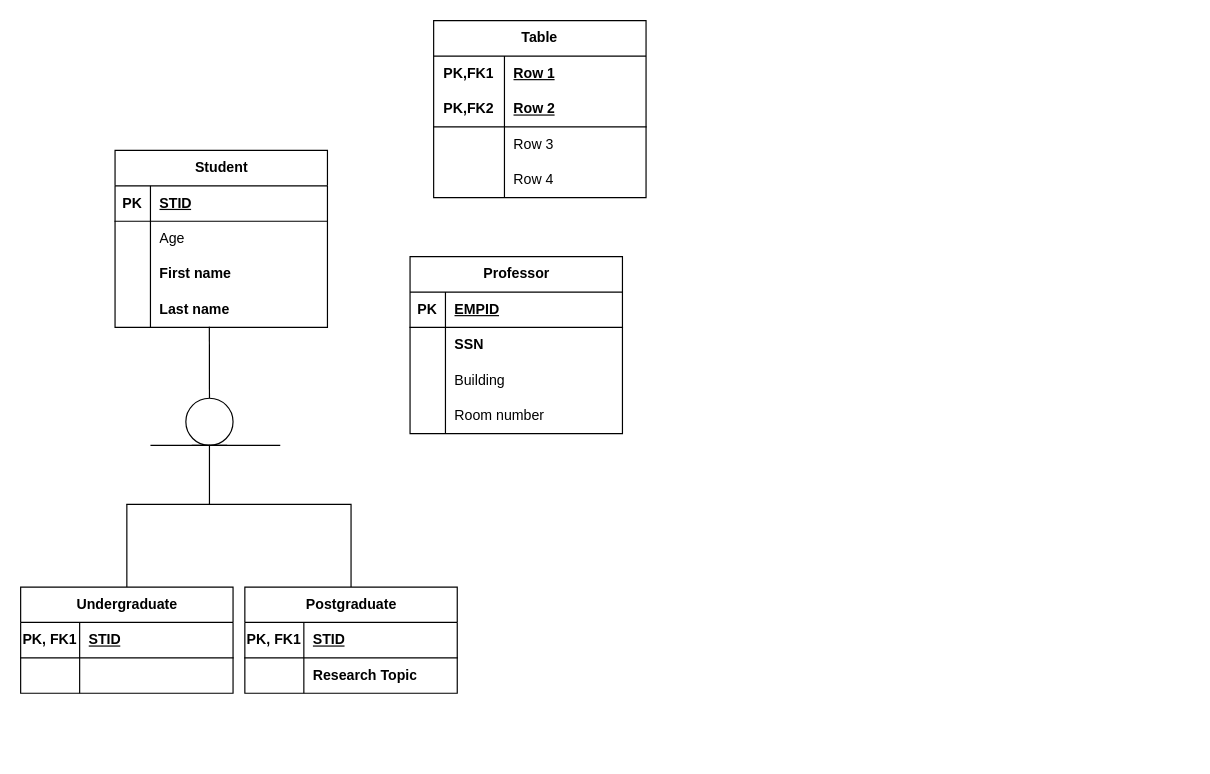
Before: Homework2/DM-HW2_Janis_Waser_Cuihan_Zhang.drawio in us-ja/Data_Management, a draw.io diagram. Source tidied: cells renumbered, new cells numbered last; positions are measured from the earlier drawing's top-left corner, leaving out a move shared by most shapes. Both pictures are drawn from the tidied source at 118%, with x=0, y=0 at pixel (20, 20).
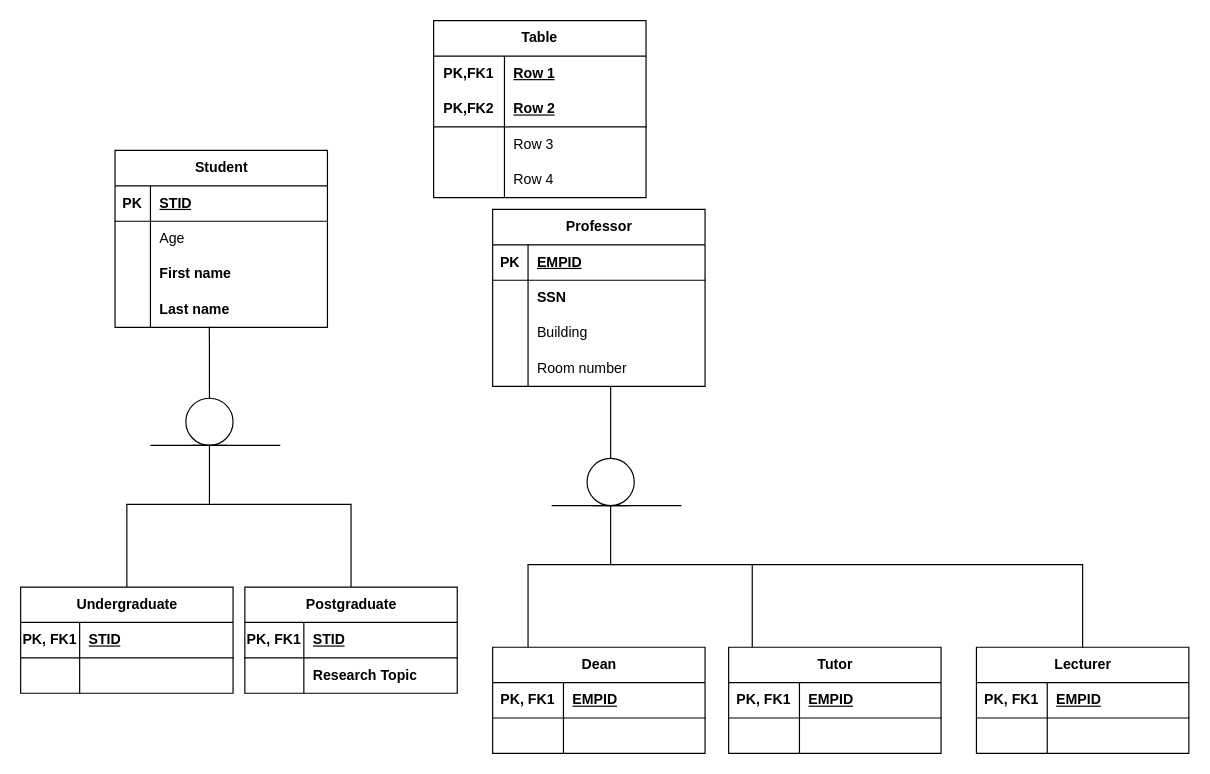
The same diagram, later.

Commit message:
isa prof

Change to the diagram source:
```diff
@@
     <mxCell id="28" value="Professor" style="shape=table;startSize=30;childLayout=tableLayout;rowLines=0;fontStyle=1;align=center;html=1;" parent="1" vertex="1">
-      <mxGeometry x="330" y="200" width="180" height="150" as="geometry" />
+      <mxGeometry x="400" y="160" width="180" height="150" as="geometry" />
     </mxCell>
@@
+    <mxCell id="61" style="endArrow=none;html=1;rounded=0;entryX=0.5;entryY=0;entryDx=0;entryDy=0;" parent="1" edge="1">
+      <mxGeometry relative="1" as="geometry">
+        <mxPoint x="430" y="461" as="sourcePoint" />
+        <mxPoint x="430" y="531" as="targetPoint" />
+      </mxGeometry>
+    </mxCell>
+    <mxCell id="62" style="endArrow=none;html=1;rounded=0;exitX=0.444;exitY=0.982;exitDx=0;exitDy=0;exitPerimeter=0;entryX=0.5;entryY=0;entryDx=0;entryDy=0;" parent="1" edge="1" target="63">
+      <mxGeometry relative="1" as="geometry">
+        <mxPoint x="500" y="310" as="sourcePoint" />
+      </mxGeometry>
+    </mxCell>
+    <mxCell id="63" style="ellipse;shape=umlEntity;whiteSpace=wrap;html=1;" parent="1" vertex="1">
+      <mxGeometry x="480" y="371" width="40" height="40" as="geometry" />
+    </mxCell>
+    <mxCell id="64" style="endArrow=none;html=1;rounded=0;" parent="1" edge="1">
+      <mxGeometry relative="1" as="geometry">
+        <mxPoint x="450" y="411" as="sourcePoint" />
+        <mxPoint x="560" y="411" as="targetPoint" />
+      </mxGeometry>
+    </mxCell>
+    <mxCell id="65" style="shape=partialRectangle;whiteSpace=wrap;html=1;bottom=0;right=0;fillColor=none;direction=west;" parent="1" vertex="1">
+      <mxGeometry x="430" y="411" width="70" height="50" as="geometry" />
+    </mxCell>
+    <mxCell id="66" style="shape=partialRectangle;whiteSpace=wrap;html=1;bottom=0;right=0;fillColor=none;direction=south;" parent="1" vertex="1">
+      <mxGeometry x="500" y="461" width="120" height="70" as="geometry" />
+    </mxCell>
+    <mxCell id="67" value="Dean" style="shape=table;startSize=30;childLayout=tableLayout;rowLines=0;fontStyle=1;align=center;html=1;" parent="1" vertex="1">
+      <mxGeometry x="400" y="531" width="180" height="90" as="geometry" />
+    </mxCell>
+    <mxCell id="68" style="shape=tableRow;horizontal=0;startSize=0;swimlaneHead=0;swimlaneBody=0;fillColor=none;top=0;left=0;right=0;bottom=1;" parent="67" vertex="1">
+      <mxGeometry y="30" width="180" height="30" as="geometry" />
+    </mxCell>
+    <mxCell id="69" value="PK, FK1" style="shape=partialRectangle;fillColor=none;top=0;left=0;bottom=0;right=0;fontStyle=1;overflow=hidden;whiteSpace=wrap;html=1;" parent="68" vertex="1">
+      <mxGeometry width="60" height="30" as="geometry" />
+    </mxCell>
+    <mxCell id="70" value="EMPID" style="shape=partialRectangle;fillColor=none;top=0;left=0;bottom=0;right=0;align=left;spacingLeft=6;fontStyle=5;overflow=hidden;whiteSpace=wrap;html=1;" parent="68" vertex="1">
+      <mxGeometry x="60" width="120" height="30" as="geometry" />
+    </mxCell>
+    <mxCell id="71" style="shape=tableRow;horizontal=0;startSize=0;swimlaneHead=0;swimlaneBody=0;fillColor=none;top=0;left=0;right=0;bottom=0;" parent="67" vertex="1">
+      <mxGeometry y="60" width="180" height="30" as="geometry" />
+    </mxCell>
+    <mxCell id="72" style="shape=partialRectangle;fillColor=none;top=0;left=0;bottom=0;right=0;overflow=hidden;whiteSpace=wrap;html=1;" parent="71" vertex="1">
+      <mxGeometry width="60" height="30" as="geometry" />
+    </mxCell>
+    <mxCell id="73" style="shape=partialRectangle;fillColor=none;top=0;left=0;bottom=0;right=0;align=left;spacingLeft=6;overflow=hidden;whiteSpace=wrap;html=1;" parent="71" vertex="1">
+      <mxGeometry x="60" width="120" height="30" as="geometry" />
+    </mxCell>
+    <mxCell id="74" value="Tutor" style="shape=table;startSize=30;childLayout=tableLayout;rowLines=0;fontStyle=1;align=center;html=1;" parent="1" vertex="1">
+      <mxGeometry x="600" y="531" width="180" height="90" as="geometry" />
+    </mxCell>
+    <mxCell id="75" style="shape=tableRow;horizontal=0;startSize=0;swimlaneHead=0;swimlaneBody=0;fillColor=none;top=0;left=0;right=0;bottom=1;" parent="74" vertex="1">
+      <mxGeometry y="30" width="180" height="30" as="geometry" />
+    </mxCell>
+    <mxCell id="76" value="PK, FK1" style="shape=partialRectangle;fillColor=none;top=0;left=0;bottom=0;right=0;fontStyle=1;overflow=hidden;whiteSpace=wrap;html=1;" parent="75" vertex="1">
+      <mxGeometry width="60" height="30" as="geometry" />
+    </mxCell>
+    <mxCell id="77" value="EMPID" style="shape=partialRectangle;fillColor=none;top=0;left=0;bottom=0;right=0;align=left;spacingLeft=6;fontStyle=5;overflow=hidden;whiteSpace=wrap;html=1;" parent="75" vertex="1">
+      <mxGeometry x="60" width="120" height="30" as="geometry" />
+    </mxCell>
+    <mxCell id="78" style="shape=tableRow;horizontal=0;startSize=0;swimlaneHead=0;swimlaneBody=0;fillColor=none;top=0;left=0;right=0;bottom=0;" parent="74" vertex="1">
+      <mxGeometry y="60" width="180" height="30" as="geometry" />
+    </mxCell>
+    <mxCell id="79" style="shape=partialRectangle;fillColor=none;top=0;left=0;bottom=0;right=0;overflow=hidden;whiteSpace=wrap;html=1;" parent="78" vertex="1">
+      <mxGeometry width="60" height="30" as="geometry" />
+    </mxCell>
+    <mxCell id="80" style="shape=partialRectangle;fillColor=none;top=0;left=0;bottom=0;right=0;align=left;spacingLeft=6;overflow=hidden;whiteSpace=wrap;html=1;" parent="78" vertex="1">
+      <mxGeometry x="60" width="120" height="30" as="geometry" />
+    </mxCell>
+    <mxCell id="81" value="Lecturer" style="shape=table;startSize=30;childLayout=tableLayout;rowLines=0;fontStyle=1;align=center;html=1;" parent="1" vertex="1">
+      <mxGeometry x="810" y="531" width="180" height="90" as="geometry" />
+    </mxCell>
+    <mxCell id="82" style="shape=tableRow;horizontal=0;startSize=0;swimlaneHead=0;swimlaneBody=0;fillColor=none;top=0;left=0;right=0;bottom=1;" parent="81" vertex="1">
+      <mxGeometry y="30" width="180" height="30" as="geometry" />
+    </mxCell>
+    <mxCell id="83" value="PK, FK1" style="shape=partialRectangle;fillColor=none;top=0;left=0;bottom=0;right=0;fontStyle=1;overflow=hidden;whiteSpace=wrap;html=1;" parent="82" vertex="1">
+      <mxGeometry width="60" height="30" as="geometry" />
+    </mxCell>
+    <mxCell id="84" value="EMPID" style="shape=partialRectangle;fillColor=none;top=0;left=0;bottom=0;right=0;align=left;spacingLeft=6;fontStyle=5;overflow=hidden;whiteSpace=wrap;html=1;" parent="82" vertex="1">
+      <mxGeometry x="60" width="120" height="30" as="geometry" />
+    </mxCell>
+    <mxCell id="85" style="shape=tableRow;horizontal=0;startSize=0;swimlaneHead=0;swimlaneBody=0;fillColor=none;top=0;left=0;right=0;bottom=0;" parent="81" vertex="1">
+      <mxGeometry y="60" width="180" height="30" as="geometry" />
+    </mxCell>
+    <mxCell id="86" style="shape=partialRectangle;fillColor=none;top=0;left=0;bottom=0;right=0;overflow=hidden;whiteSpace=wrap;html=1;" parent="85" vertex="1">
+      <mxGeometry width="60" height="30" as="geometry" />
+    </mxCell>
+    <mxCell id="87" style="shape=partialRectangle;fillColor=none;top=0;left=0;bottom=0;right=0;align=left;spacingLeft=6;overflow=hidden;whiteSpace=wrap;html=1;" parent="85" vertex="1">
+      <mxGeometry x="60" width="120" height="30" as="geometry" />
+    </mxCell>
+    <mxCell id="88" style="shape=partialRectangle;whiteSpace=wrap;html=1;bottom=0;right=0;fillColor=none;direction=south;" parent="1" vertex="1">
+      <mxGeometry x="620" y="461" width="280" height="70" as="geometry" />
+    </mxCell>
```
